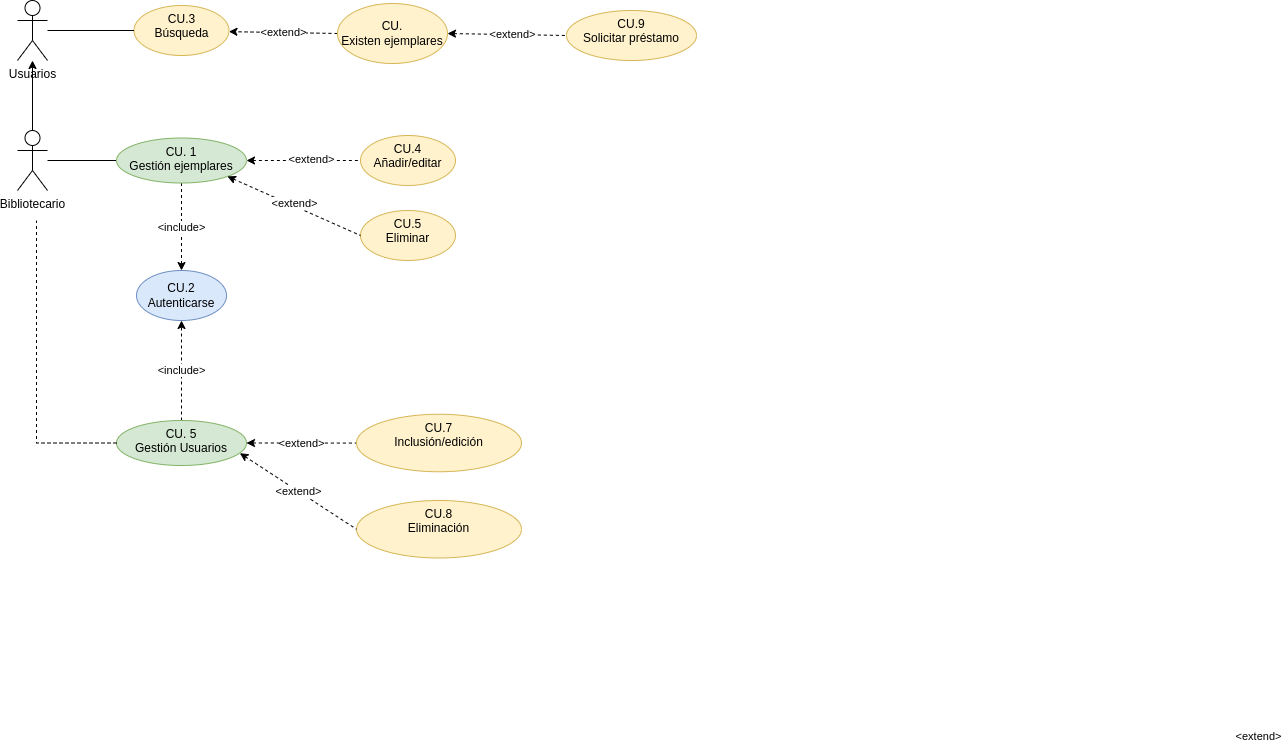
Before: Tareas/casosUso/Examen/img/GesBiblioCanarias.drawio.png, a diagram exported from draw.io (colidom/ets). Source tidied: cells renumbered, new cells last; positions are measured from the earlier drawing's top-left corner, leaving out a move shared by most shapes.
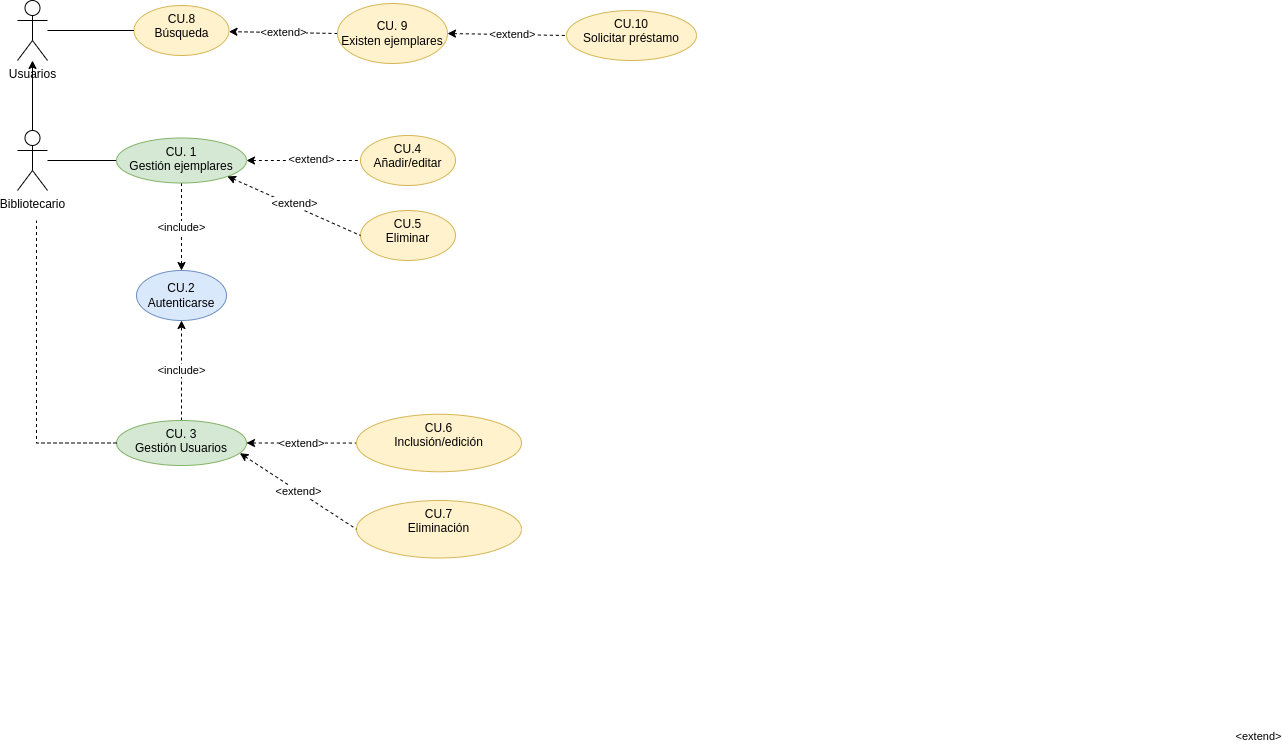
The same diagram one commit later.

Diff of the diagram source:
```diff
@@ -20,10 +20,10 @@
     <mxCell id="7" value="&lt;div&gt;CU. 1&lt;/div&gt;&lt;div&gt;Gestión ejemplares&lt;/div&gt;" style="ellipse;whiteSpace=wrap;html=1;verticalAlign=top;fillColor=#d5e8d4;strokeColor=#82b366;" parent="1" vertex="1">
       <mxGeometry x="99" y="137.5" width="130" height="45" as="geometry" />
     </mxCell>
-    <mxCell id="8" value="&lt;div&gt;CU.3&lt;/div&gt;&lt;div&gt;Búsqueda&lt;/div&gt;" style="ellipse;whiteSpace=wrap;html=1;verticalAlign=top;fillColor=#fff2cc;strokeColor=#d6b656;" parent="1" vertex="1">
+    <mxCell id="8" value="&lt;div&gt;CU.8&lt;/div&gt;&lt;div&gt;Búsqueda&lt;/div&gt;" style="ellipse;whiteSpace=wrap;html=1;verticalAlign=top;fillColor=#fff2cc;strokeColor=#d6b656;" parent="1" vertex="1">
       <mxGeometry x="116.5" y="5" width="95" height="50" as="geometry" />
     </mxCell>
-    <mxCell id="9" value="&lt;div&gt;CU.4&lt;/div&gt;&lt;div&gt;Añadir/editar&lt;br&gt;&lt;/div&gt;" style="ellipse;whiteSpace=wrap;html=1;verticalAlign=top;fillColor=#fff2cc;strokeColor=#d6b656;" parent="1" vertex="1">
+    <mxCell id="9" value="&lt;div&gt;CU.4&lt;/div&gt;&lt;div&gt;&lt;span style=&quot;background-color: initial;&quot;&gt;Añadir/editar&lt;/span&gt;&lt;/div&gt;" style="ellipse;whiteSpace=wrap;html=1;verticalAlign=top;fillColor=#fff2cc;strokeColor=#d6b656;" parent="1" vertex="1">
       <mxGeometry x="343" y="135" width="95" height="50" as="geometry" />
     </mxCell>
     <mxCell id="10" style="rounded=0;jettySize=auto;html=1;dashed=1;startArrow=classic;startFill=1;endArrow=none;endFill=0;entryX=0;entryY=0.5;entryDx=0;entryDy=0;exitX=1;exitY=0.5;exitDx=0;exitDy=0;" parent="1" edge="1" source="7" target="9">
@@ -56,10 +56,10 @@
     <mxCell id="17" value="&amp;lt;include&amp;gt;" style="edgeStyle=none;rounded=0;jettySize=auto;html=1;dashed=1;startArrow=none;startFill=0;endArrow=classic;endFill=1;" parent="1" edge="1" source="18" target="5">
       <mxGeometry relative="1" as="geometry" />
     </mxCell>
-    <mxCell id="18" value="&lt;div&gt;CU. 5&lt;/div&gt;&lt;div&gt;Gestión Usuarios&lt;/div&gt;" style="ellipse;whiteSpace=wrap;html=1;verticalAlign=top;fillColor=#d5e8d4;strokeColor=#82b366;" parent="1" vertex="1">
+    <mxCell id="18" value="&lt;div&gt;CU. 3&lt;/div&gt;&lt;div&gt;Gestión Usuarios&lt;/div&gt;" style="ellipse;whiteSpace=wrap;html=1;verticalAlign=top;fillColor=#d5e8d4;strokeColor=#82b366;" parent="1" vertex="1">
       <mxGeometry x="99" y="420" width="130" height="45" as="geometry" />
     </mxCell>
-    <mxCell id="19" value="CU.7&lt;br&gt;Inclusión/edición" style="ellipse;whiteSpace=wrap;html=1;verticalAlign=top;fillColor=#fff2cc;strokeColor=#d6b656;" parent="1" vertex="1">
+    <mxCell id="19" value="CU.6&lt;br&gt;Inclusión/edición" style="ellipse;whiteSpace=wrap;html=1;verticalAlign=top;fillColor=#fff2cc;strokeColor=#d6b656;" parent="1" vertex="1">
       <mxGeometry x="339" y="413.8" width="165" height="57.5" as="geometry" />
     </mxCell>
     <mxCell id="20" style="endArrow=none;html=1;rounded=0;dashed=1;exitX=0;exitY=0.5;exitDx=0;exitDy=0;edgeStyle=orthogonalEdgeStyle;endFill=0;" parent="1" edge="1" source="18">
@@ -67,7 +67,7 @@
         <mxPoint x="19" y="220" as="targetPoint" />
       </mxGeometry>
     </mxCell>
-    <mxCell id="21" value="CU.8&lt;br&gt;Eliminación" style="ellipse;whiteSpace=wrap;html=1;verticalAlign=top;fillColor=#fff2cc;strokeColor=#d6b656;" parent="1" vertex="1">
+    <mxCell id="21" value="CU.7&lt;br&gt;Eliminación" style="ellipse;whiteSpace=wrap;html=1;verticalAlign=top;fillColor=#fff2cc;strokeColor=#d6b656;" parent="1" vertex="1">
       <mxGeometry x="339" y="500" width="165" height="57.5" as="geometry" />
     </mxCell>
     <mxCell id="22" value="&amp;lt;extend&amp;gt;" style="rounded=0;jettySize=auto;html=1;startArrow=classic;startFill=1;endArrow=none;endFill=0;dashed=1;entryX=0;entryY=0.5;entryDx=0;entryDy=0;exitX=0.949;exitY=0.726;exitDx=0;exitDy=0;exitPerimeter=0;" parent="1" edge="1" source="18" target="21">
@@ -79,7 +79,7 @@
     <mxCell id="24" value="Usuarios" style="shape=umlActor;verticalLabelPosition=bottom;verticalAlign=top;html=1;outlineConnect=0;" parent="1" vertex="1">
       <mxGeometry width="30" height="60" as="geometry" />
     </mxCell>
-    <mxCell id="25" value="&lt;div&gt;CU.9&lt;/div&gt;&lt;div&gt;Solicitar préstamo&lt;/div&gt;" style="ellipse;whiteSpace=wrap;html=1;verticalAlign=top;fillColor=#fff2cc;strokeColor=#d6b656;" parent="1" vertex="1">
+    <mxCell id="25" value="&lt;div&gt;CU.10&lt;/div&gt;&lt;div&gt;Solicitar préstamo&lt;/div&gt;" style="ellipse;whiteSpace=wrap;html=1;verticalAlign=top;fillColor=#fff2cc;strokeColor=#d6b656;" parent="1" vertex="1">
       <mxGeometry x="549" y="10" width="130" height="50" as="geometry" />
     </mxCell>
     <mxCell id="26" style="edgeStyle=none;rounded=0;jettySize=auto;html=1;startArrow=classic;startFill=1;endArrow=none;endFill=0;entryX=0;entryY=0.5;entryDx=0;entryDy=0;exitX=1;exitY=0.5;exitDx=0;exitDy=0;dashed=1;" parent="1" edge="1" source="29" target="25">
@@ -95,7 +95,7 @@
         <mxPoint x="211.5" y="31.1" as="targetPoint" />
       </mxGeometry>
     </mxCell>
-    <mxCell id="29" value="CU.&lt;br&gt;Existen ejemplares" style="ellipse;whiteSpace=wrap;html=1;fillColor=#fff2cc;strokeColor=#d6b656;" parent="1" vertex="1">
+    <mxCell id="29" value="CU. 9&lt;br&gt;Existen ejemplares" style="ellipse;whiteSpace=wrap;html=1;fillColor=#fff2cc;strokeColor=#d6b656;" parent="1" vertex="1">
       <mxGeometry x="320" y="3" width="110" height="60" as="geometry" />
     </mxCell>
   </root>
```
